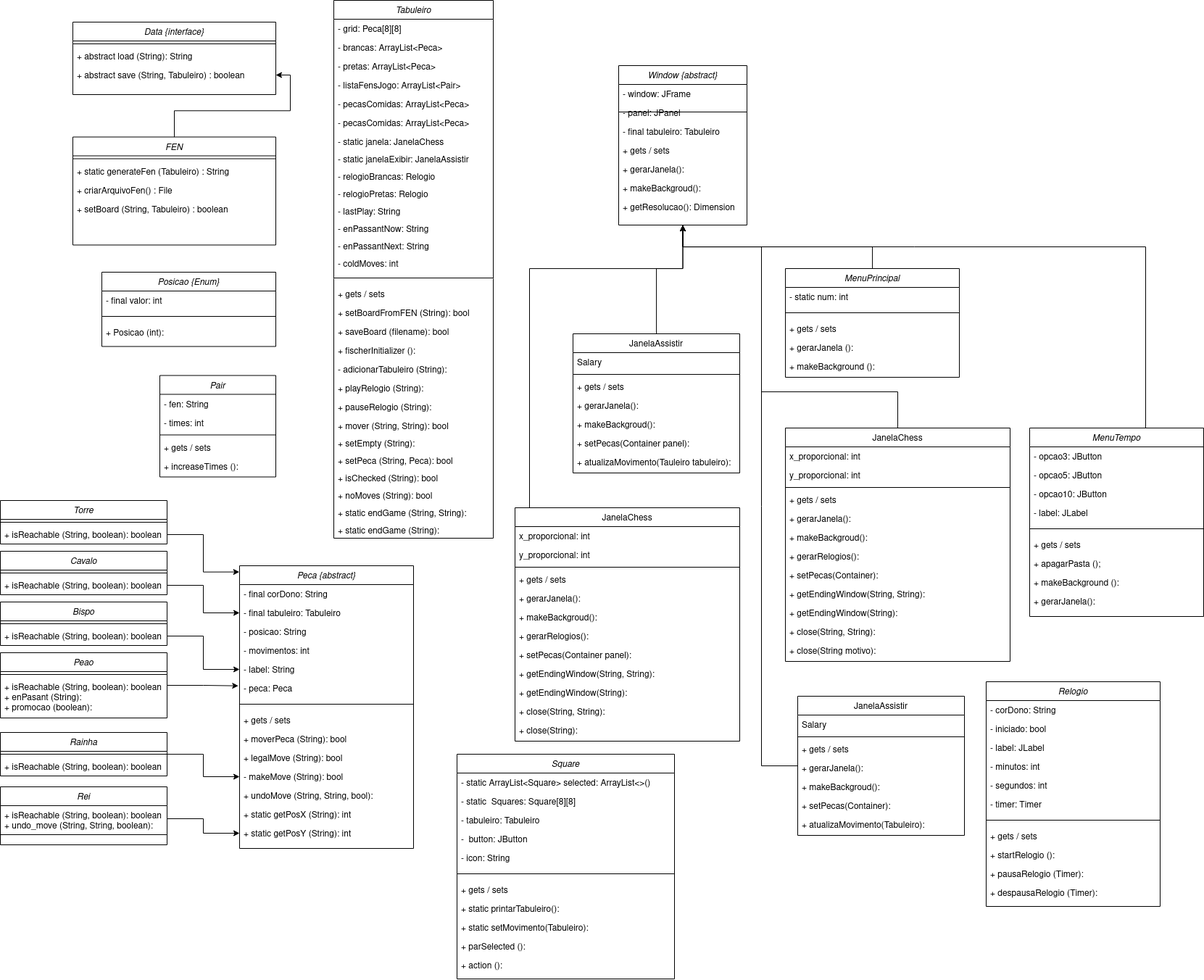
The draw.io diagram imgs/diagrama.png in lucasmartiniano6/mc322-projeto, before a commit. Source tidied: cells renumbered, new cells last; positions are measured from the earlier drawing's top-left corner, leaving out a move shared by most shapes.
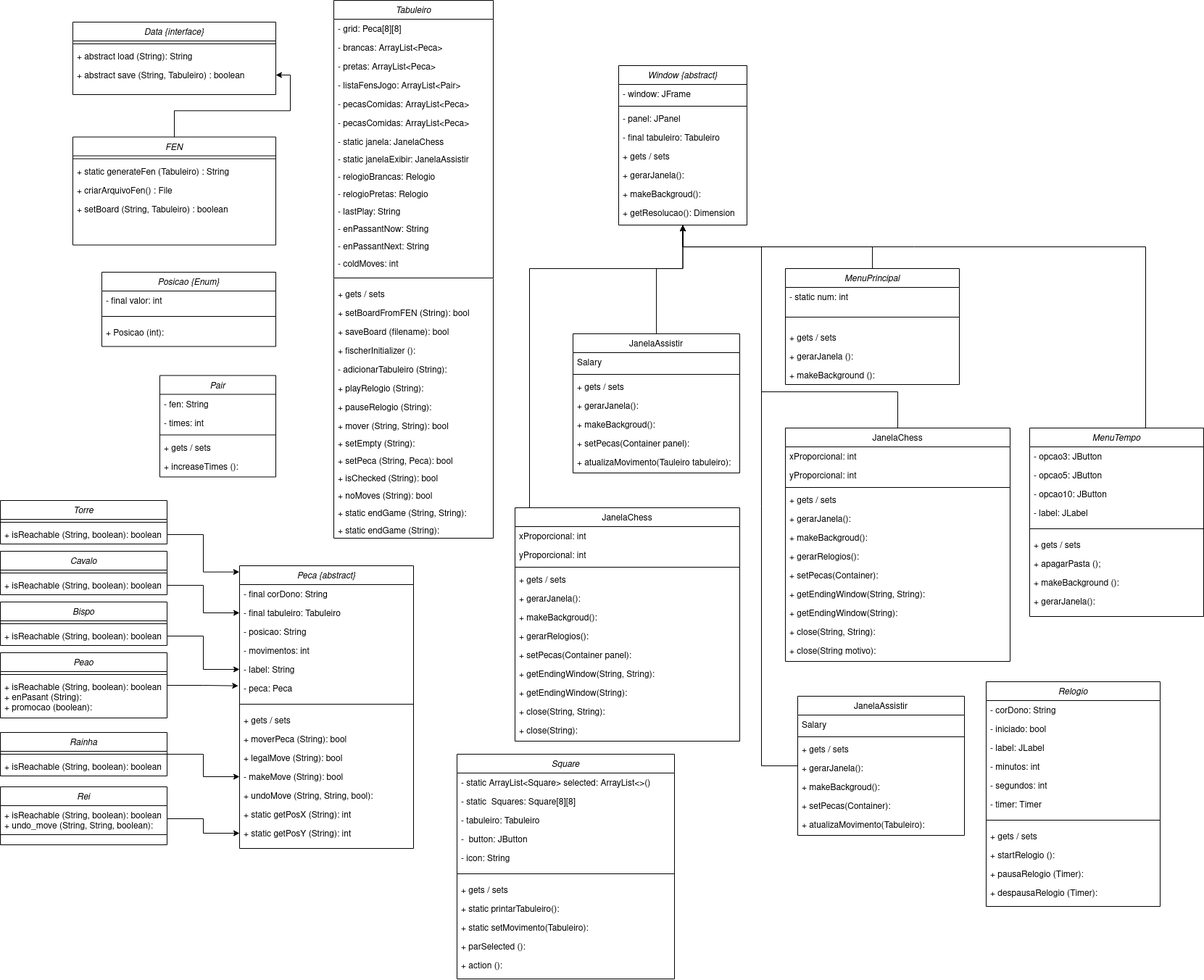
Later version of the same file.

The edit, as a diff of the source:
```diff
@@ -65,23 +65,26 @@
     <mxCell id="22" value="- window: JFrame" style="text;align=left;verticalAlign=top;spacingLeft=4;spacingRight=4;overflow=hidden;" parent="21" vertex="1">
       <mxGeometry y="26" width="177" height="26" as="geometry" />
     </mxCell>
+    <mxCell id="52" style="line;html=1;strokeWidth=1;align=left;verticalAlign=middle;spacingTop=-1;spacingLeft=3;spacingRight=3;labelPosition=right;" parent="21" vertex="1">
+      <mxGeometry y="52" width="177" height="8" as="geometry" />
+    </mxCell>
     <mxCell id="23" value="- panel: JPanel" style="text;align=left;verticalAlign=top;spacingLeft=4;spacingRight=4;overflow=hidden;rounded=0;shadow=0;html=0;" parent="21" vertex="1">
-      <mxGeometry y="52" width="177" height="26" as="geometry" />
+      <mxGeometry y="60" width="177" height="26" as="geometry" />
     </mxCell>
     <mxCell id="24" value="- final tabuleiro: Tabuleiro" style="text;align=left;verticalAlign=top;spacingLeft=4;spacingRight=4;overflow=hidden;rounded=0;shadow=0;html=0;" parent="21" vertex="1">
-      <mxGeometry y="78" width="177" height="26" as="geometry" />
+      <mxGeometry y="86" width="177" height="26" as="geometry" />
     </mxCell>
     <mxCell id="25" value="+ gets / sets" style="text;align=left;verticalAlign=top;spacingLeft=4;spacingRight=4;overflow=hidden;rounded=0;shadow=0;html=0;" parent="21" vertex="1">
-      <mxGeometry y="104" width="177" height="26" as="geometry" />
+      <mxGeometry y="112" width="177" height="26" as="geometry" />
     </mxCell>
     <mxCell id="26" value="+ gerarJanela(): &#10;" style="text;align=left;verticalAlign=top;spacingLeft=4;spacingRight=4;overflow=hidden;" parent="21" vertex="1">
-      <mxGeometry y="130" width="177" height="26" as="geometry" />
+      <mxGeometry y="138" width="177" height="26" as="geometry" />
     </mxCell>
     <mxCell id="27" value="+ makeBackgroud():" style="text;align=left;verticalAlign=top;spacingLeft=4;spacingRight=4;overflow=hidden;" parent="21" vertex="1">
-      <mxGeometry y="156" width="177" height="26" as="geometry" />
+      <mxGeometry y="164" width="177" height="26" as="geometry" />
     </mxCell>
     <mxCell id="28" value="+ getResolucao(): Dimension" style="text;align=left;verticalAlign=top;spacingLeft=4;spacingRight=4;overflow=hidden;" parent="21" vertex="1">
-      <mxGeometry y="182" width="177" height="26" as="geometry" />
+      <mxGeometry y="190" width="177" height="26" as="geometry" />
     </mxCell>
     <mxCell id="29" style="edgeStyle=orthogonalEdgeStyle;rounded=0;jettySize=auto;html=1;entryX=0.5;entryY=1;entryDx=0;entryDy=0;" parent="1" edge="1" source="30" target="21">
       <mxGeometry relative="1" as="geometry">
@@ -94,10 +97,10 @@
     <mxCell id="30" value="JanelaChess" style="swimlane;fontStyle=0;align=center;verticalAlign=top;horizontal=1;startSize=26;rounded=0;shadow=0;strokeWidth=1;" parent="1" vertex="1">
       <mxGeometry x="710" y="700" width="310" height="322" as="geometry" />
     </mxCell>
-    <mxCell id="31" value="x_proporcional: int" style="text;align=left;verticalAlign=top;spacingLeft=4;spacingRight=4;overflow=hidden;" parent="30" vertex="1">
+    <mxCell id="31" value="xProporcional: int" style="text;align=left;verticalAlign=top;spacingLeft=4;spacingRight=4;overflow=hidden;" parent="30" vertex="1">
       <mxGeometry y="26" width="310" height="26" as="geometry" />
     </mxCell>
-    <mxCell id="32" value="y_proporcional: int" style="text;align=left;verticalAlign=top;spacingLeft=4;spacingRight=4;overflow=hidden;rounded=0;shadow=0;html=0;" parent="30" vertex="1">
+    <mxCell id="32" value="yProporcional: int" style="text;align=left;verticalAlign=top;spacingLeft=4;spacingRight=4;overflow=hidden;rounded=0;shadow=0;html=0;" parent="30" vertex="1">
       <mxGeometry y="52" width="310" height="26" as="geometry" />
     </mxCell>
     <mxCell id="33" style="line;html=1;strokeWidth=1;align=left;verticalAlign=middle;spacingTop=-1;spacingLeft=3;spacingRight=3;labelPosition=right;" parent="30" vertex="1">
@@ -162,9 +165,6 @@
     <mxCell id="51" value="+ atualizaMovimento(Tauleiro tabuleiro):" style="text;align=left;verticalAlign=top;spacingLeft=4;spacingRight=4;overflow=hidden;" parent="44" vertex="1">
       <mxGeometry y="164" width="230" height="26" as="geometry" />
     </mxCell>
-    <mxCell id="52" style="line;html=1;strokeWidth=1;align=left;verticalAlign=middle;spacingTop=-1;spacingLeft=3;spacingRight=3;labelPosition=right;" parent="1" vertex="1">
-      <mxGeometry x="853" y="150" width="177" height="8" as="geometry" />
-    </mxCell>
     <mxCell id="53" style="edgeStyle=orthogonalEdgeStyle;rounded=0;jettySize=auto;html=1;" parent="1" edge="1" source="54" target="20">
       <mxGeometry relative="1" as="geometry" />
     </mxCell>
@@ -400,10 +400,10 @@
     <mxCell id="128" value="JanelaChess" style="swimlane;fontStyle=0;align=center;verticalAlign=top;horizontal=1;startSize=26;rounded=0;shadow=0;strokeWidth=1;" parent="1" vertex="1">
       <mxGeometry x="1083" y="590" width="310" height="322" as="geometry" />
     </mxCell>
-    <mxCell id="129" value="x_proporcional: int" style="text;align=left;verticalAlign=top;spacingLeft=4;spacingRight=4;overflow=hidden;" parent="128" vertex="1">
+    <mxCell id="129" value="xProporcional: int" style="text;align=left;verticalAlign=top;spacingLeft=4;spacingRight=4;overflow=hidden;" parent="128" vertex="1">
       <mxGeometry y="26" width="310" height="26" as="geometry" />
     </mxCell>
-    <mxCell id="130" value="y_proporcional: int" style="text;align=left;verticalAlign=top;spacingLeft=4;spacingRight=4;overflow=hidden;rounded=0;shadow=0;html=0;" parent="128" vertex="1">
+    <mxCell id="130" value="yProporcional: int" style="text;align=left;verticalAlign=top;spacingLeft=4;spacingRight=4;overflow=hidden;rounded=0;shadow=0;html=0;" parent="128" vertex="1">
       <mxGeometry y="52" width="310" height="26" as="geometry" />
     </mxCell>
     <mxCell id="131" style="line;html=1;strokeWidth=1;align=left;verticalAlign=middle;spacingTop=-1;spacingLeft=3;spacingRight=3;labelPosition=right;" parent="128" vertex="1">
@@ -478,22 +478,22 @@
       </mxGeometry>
     </mxCell>
     <mxCell id="151" value="MenuPrincipal" style="swimlane;fontStyle=2;align=center;verticalAlign=top;horizontal=1;startSize=26;rounded=0;shadow=0;strokeWidth=1;" parent="1" vertex="1">
-      <mxGeometry x="1083" y="370" width="240" height="150" as="geometry" />
+      <mxGeometry x="1083" y="370" width="240" height="160" as="geometry" />
     </mxCell>
     <mxCell id="152" value="- static num: int" style="text;align=left;verticalAlign=top;spacingLeft=4;spacingRight=4;overflow=hidden;" parent="151" vertex="1">
       <mxGeometry y="26" width="240" height="26" as="geometry" />
     </mxCell>
     <mxCell id="153" style="line;html=1;strokeWidth=1;align=left;verticalAlign=middle;spacingTop=-1;spacingLeft=3;spacingRight=3;labelPosition=right;" parent="151" vertex="1">
-      <mxGeometry y="52" width="240" height="18" as="geometry" />
+      <mxGeometry y="52" width="240" height="30" as="geometry" />
     </mxCell>
     <mxCell id="154" value="+ gets / sets" style="text;align=left;verticalAlign=top;spacingLeft=4;spacingRight=4;overflow=hidden;rounded=0;shadow=0;html=0;" parent="151" vertex="1">
-      <mxGeometry y="70" width="240" height="26" as="geometry" />
+      <mxGeometry y="82" width="240" height="26" as="geometry" />
     </mxCell>
     <mxCell id="155" value="+ gerarJanela (): " style="text;align=left;verticalAlign=top;spacingLeft=4;spacingRight=4;overflow=hidden;rounded=0;shadow=0;html=0;" parent="151" vertex="1">
-      <mxGeometry y="96" width="240" height="26" as="geometry" />
+      <mxGeometry y="108" width="240" height="26" as="geometry" />
     </mxCell>
     <mxCell id="156" value="+ makeBackground ():" style="text;align=left;verticalAlign=top;spacingLeft=4;spacingRight=4;overflow=hidden;rounded=0;shadow=0;html=0;" parent="151" vertex="1">
-      <mxGeometry y="122" width="240" height="26" as="geometry" />
+      <mxGeometry y="134" width="240" height="26" as="geometry" />
     </mxCell>
     <mxCell id="157" style="edgeStyle=orthogonalEdgeStyle;rounded=0;jettySize=auto;html=1;entryX=0.5;entryY=1;entryDx=0;entryDy=0;" parent="1" edge="1" source="158" target="21">
       <mxGeometry relative="1" as="geometry">
```
